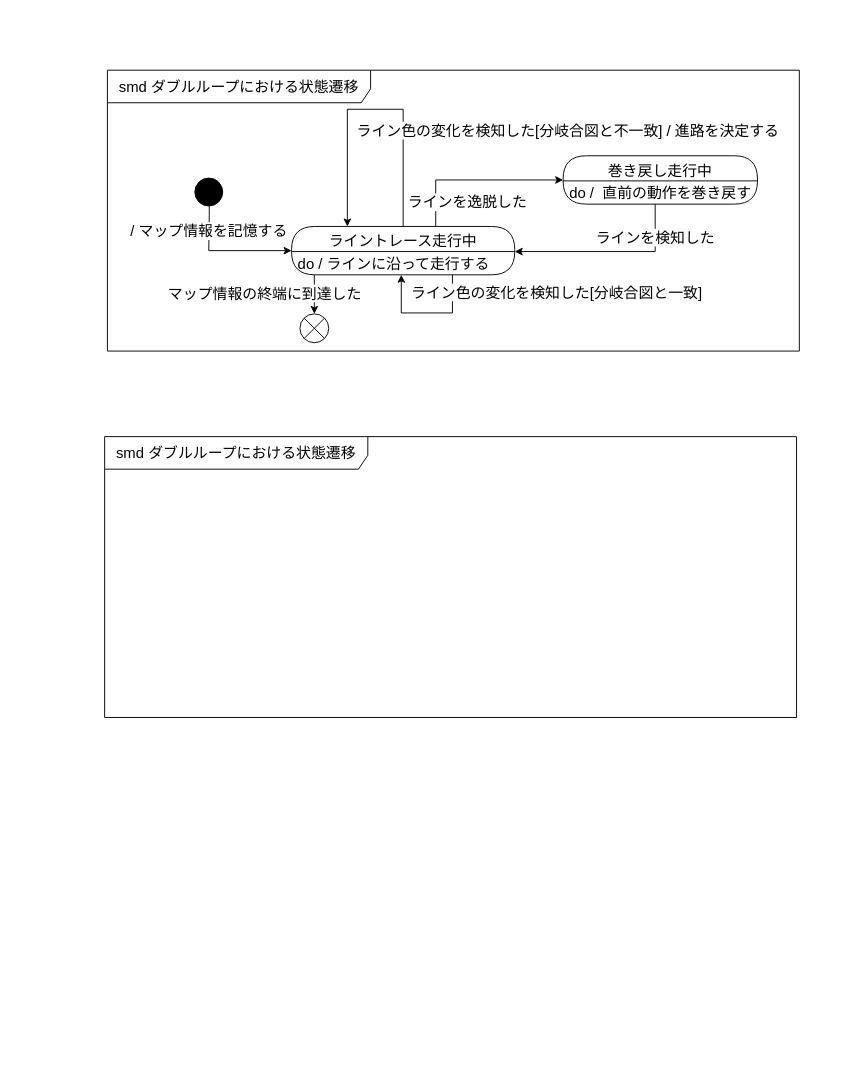
miyoshiyuu-systena/tenarobo-primary-mil-2025 keeps this draw.io diagram as model/素材/4.1.1_状態遷移図.drawio. Above is the earlier version. Source tidied: cells renumbered, new cells numbered last; positions are measured from the earlier drawing's top-left corner, leaving out a move shared by most shapes. Both pictures are drawn from the tidied source at 93%, with x=0, y=0 at pixel (104, 70).
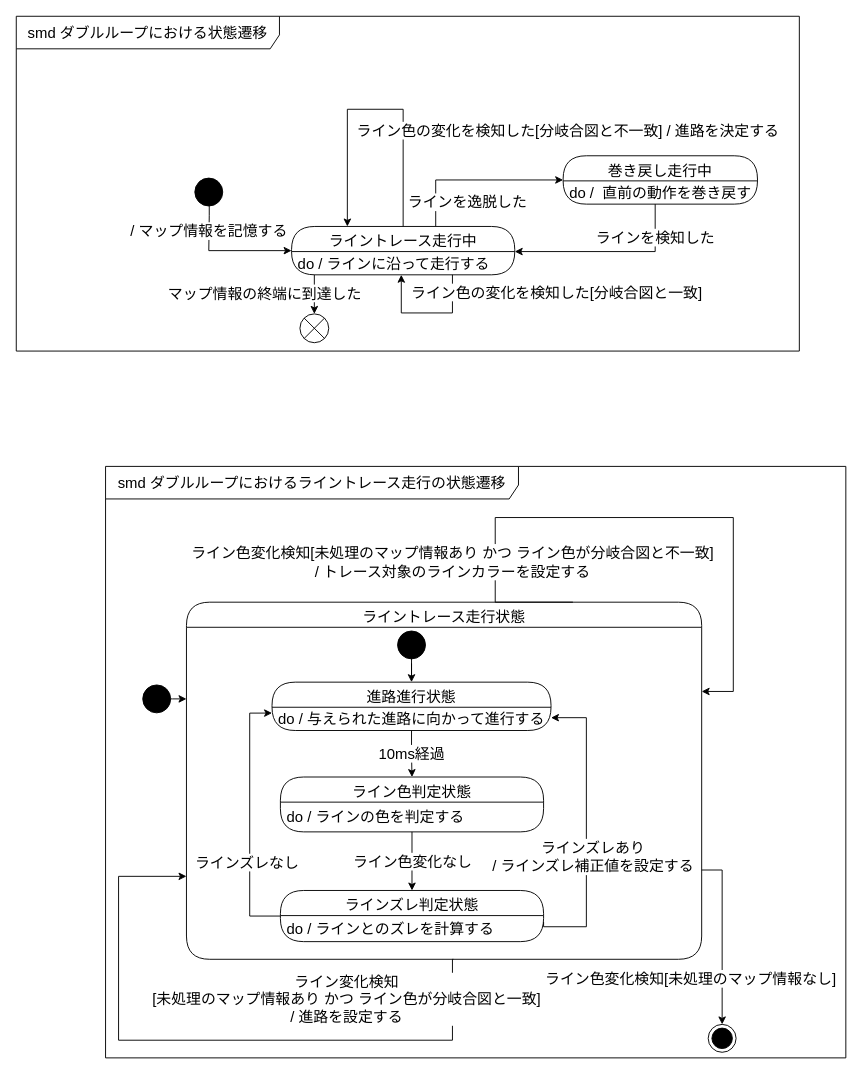
The same diagram, later.

Unchanged cells that the change refers to:
```xml
<mxCell id="10" style="ellipse;fillColor=strokeColor;html=1;fontSize=16;" parent="1" vertex="1">
  <mxGeometry x="97" y="116" width="30" height="30" as="geometry" />
</mxCell>
```

Change to the diagram source:
```diff
@@
+    <mxCell id="16" value="ライントレース走行状態" style="swimlane;fontStyle=0;align=center;verticalAlign=top;horizontal=1;startSize=27;html=1;rounded=1;absoluteArcSize=1;arcSize=50;whiteSpace=wrap;fontSize=16;" parent="1" vertex="1">
+      <mxGeometry x="88" y="572" width="554" height="384" as="geometry" />
+    </mxCell>
+    <mxCell id="17" value="ライン変化検知&lt;div&gt;[未処理のマップ情報あり かつ ライン色が分岐合図と一致]&lt;div&gt;/ 進路を設定する&lt;/div&gt;&lt;/div&gt;" style="edgeStyle=orthogonalEdgeStyle;rounded=0;orthogonalLoop=1;jettySize=auto;html=1;entryX=0;entryY=0.75;entryDx=0;entryDy=0;fontSize=16;" parent="16" edge="1">
+      <mxGeometry x="-0.42" y="-44" relative="1" as="geometry">
+        <mxPoint x="287" y="384" as="sourcePoint" />
+        <mxPoint y="294.8" as="targetPoint" />
+        <Array as="points">
+          <mxPoint x="286" y="384" />
+          <mxPoint x="286" y="471" />
+          <mxPoint x="-73" y="471" />
+          <mxPoint x="-73" y="295" />
+        </Array>
+      </mxGeometry>
+    </mxCell>
@@
     <mxCell id="11" value="smd ダブルループにおける状態遷移" style="shape=umlFrame;whiteSpace=wrap;html=1;width=283;height=35;fontSize=16;" parent="1" vertex="1">
-      <mxGeometry x="3" width="744" height="302" as="geometry" />
+      <mxGeometry x="-95" y="-58" width="842" height="360" as="geometry" />
     </mxCell>
@@
-    <mxCell id="15" value="smd ダブルループにおける状態遷移" style="shape=umlFrame;whiteSpace=wrap;html=1;width=283;height=35;fontSize=16;" parent="1" vertex="1">
-      <mxGeometry y="394" width="744" height="302" as="geometry" />
+    <mxCell id="15" value="smd ダブルループにおけるライントレース走行の状態遷移" style="shape=umlFrame;whiteSpace=wrap;html=1;width=444;height=35;fontSize=16;" parent="1" vertex="1">
+      <mxGeometry x="1" y="426" width="796" height="636" as="geometry" />
     </mxCell>
+    <mxCell id="18" style="edgeStyle=orthogonalEdgeStyle;rounded=0;orthogonalLoop=1;jettySize=auto;html=1;exitX=0;exitY=0;exitDx=0;exitDy=0;entryX=0.5;entryY=0;entryDx=0;entryDy=0;" parent="1" edge="1" source="10" target="10">
+      <mxGeometry relative="1" as="geometry" />
+    </mxCell>
+    <mxCell id="19" style="edgeStyle=orthogonalEdgeStyle;rounded=0;jettySize=auto;html=1;exitX=1;exitY=0.5;exitDx=0;exitDy=0;" parent="1" edge="1" source="20" target="16">
+      <mxGeometry relative="1" as="geometry">
+        <Array as="points">
+          <mxPoint x="73" y="676" />
+          <mxPoint x="73" y="676" />
+        </Array>
+      </mxGeometry>
+    </mxCell>
+    <mxCell id="20" style="ellipse;fillColor=strokeColor;html=1;fontSize=16;" parent="1" vertex="1">
+      <mxGeometry x="41" y="661" width="30" height="30" as="geometry" />
+    </mxCell>
+    <mxCell id="21" style="edgeStyle=orthogonalEdgeStyle;rounded=0;jettySize=auto;html=1;entryX=0.5;entryY=0;entryDx=0;entryDy=0;" parent="1" edge="1" source="22" target="26">
+      <mxGeometry relative="1" as="geometry" />
+    </mxCell>
+    <mxCell id="22" style="ellipse;fillColor=strokeColor;html=1;fontSize=16;" parent="1" vertex="1">
+      <mxGeometry x="315" y="603" width="30" height="30" as="geometry" />
+    </mxCell>
+    <mxCell id="23" value="ラインズレなし" style="edgeStyle=orthogonalEdgeStyle;rounded=0;jettySize=auto;html=1;entryX=0;entryY=0.25;entryDx=0;entryDy=0;fontSize=16;" parent="1" edge="1" source="24" target="27">
+      <mxGeometry x="-0.34" y="3" relative="1" as="geometry">
+        <Array as="points">
+          <mxPoint x="156" y="910" />
+          <mxPoint x="156" y="691" />
+        </Array>
+      </mxGeometry>
+    </mxCell>
+    <mxCell id="24" value="ラインズレ判定状態" style="swimlane;fontStyle=0;align=center;verticalAlign=top;horizontal=1;startSize=27;html=1;rounded=1;absoluteArcSize=1;arcSize=50;whiteSpace=wrap;fontSize=16;" parent="1" vertex="1">
+      <mxGeometry x="189" y="882" width="283" height="55" as="geometry" />
+    </mxCell>
+    <mxCell id="25" value="&lt;div&gt;&lt;span style=&quot;background-color: transparent; color: light-dark(rgb(0, 0, 0), rgb(255, 255, 255));&quot;&gt;do / ラインとのズレを計算する&lt;/span&gt;&lt;/div&gt;" style="fillColor=none;strokeColor=none;align=left;verticalAlign=middle;spacingLeft=5;whiteSpace=wrap;html=1;fontSize=16;" parent="24" vertex="1">
+      <mxGeometry y="27" width="283" height="28" as="geometry" />
+    </mxCell>
+    <mxCell id="26" value="進路進行状態" style="swimlane;fontStyle=0;align=center;verticalAlign=top;horizontal=1;startSize=27;html=1;rounded=1;absoluteArcSize=1;arcSize=50;whiteSpace=wrap;fontSize=16;" parent="1" vertex="1">
+      <mxGeometry x="180" y="658" width="300" height="52" as="geometry" />
+    </mxCell>
+    <mxCell id="27" value="do / 与えられた進路に向かって進行する" style="fillColor=none;strokeColor=none;align=left;verticalAlign=middle;spacingLeft=5;whiteSpace=wrap;html=1;fontSize=16;" parent="26" vertex="1">
+      <mxGeometry y="27" width="300" height="25" as="geometry" />
+    </mxCell>
+    <mxCell id="28" value="10ms経過" style="edgeStyle=orthogonalEdgeStyle;rounded=0;jettySize=auto;html=1;fontSize=16;entryX=0.5;entryY=0;entryDx=0;entryDy=0;" parent="1" edge="1" source="27" target="30">
+      <mxGeometry relative="1" as="geometry" />
+    </mxCell>
+    <mxCell id="29" value="ラインズレあり&lt;div&gt;/ ラインズレ補正値を設定する&lt;/div&gt;" style="edgeStyle=orthogonalEdgeStyle;rounded=0;jettySize=auto;html=1;entryX=1;entryY=0.25;entryDx=0;entryDy=0;fontSize=16;exitX=1;exitY=0.25;exitDx=0;exitDy=0;" parent="1" edge="1" source="25">
+      <mxGeometry x="-0.2" y="-7" relative="1" as="geometry">
+        <mxPoint x="480" y="696.2" as="targetPoint" />
+        <Array as="points">
+          <mxPoint x="472" y="921" />
+          <mxPoint x="518" y="921" />
+          <mxPoint x="518" y="696" />
+        </Array>
+      </mxGeometry>
+    </mxCell>
+    <mxCell id="30" value="ライン色判定状態" style="swimlane;fontStyle=0;align=center;verticalAlign=top;horizontal=1;startSize=27;html=1;rounded=1;absoluteArcSize=1;arcSize=50;whiteSpace=wrap;fontSize=16;" parent="1" vertex="1">
+      <mxGeometry x="189" y="760" width="283" height="59" as="geometry" />
+    </mxCell>
+    <mxCell id="31" value="&lt;div&gt;&lt;span style=&quot;background-color: transparent; color: light-dark(rgb(0, 0, 0), rgb(255, 255, 255));&quot;&gt;do / ラインの色を判定する&lt;/span&gt;&lt;/div&gt;" style="fillColor=none;strokeColor=none;align=left;verticalAlign=middle;spacingLeft=5;whiteSpace=wrap;html=1;fontSize=16;" parent="30" vertex="1">
+      <mxGeometry y="27" width="283" height="32" as="geometry" />
+    </mxCell>
+    <mxCell id="32" value="ライン色変化なし" style="edgeStyle=orthogonalEdgeStyle;rounded=0;jettySize=auto;html=1;entryX=0.5;entryY=0;entryDx=0;entryDy=0;fontSize=16;" parent="1" edge="1" source="31" target="24">
+      <mxGeometry relative="1" as="geometry" />
+    </mxCell>
+    <mxCell id="33" style="ellipse;html=1;shape=endState;fillColor=strokeColor;" parent="1" vertex="1">
+      <mxGeometry x="649" y="1026" width="30" height="30" as="geometry" />
+    </mxCell>
+    <mxCell id="34" value="ライン色変化&lt;span style=&quot;background-color: light-dark(#ffffff, var(--ge-dark-color, #121212)); color: light-dark(rgb(0, 0, 0), rgb(255, 255, 255));&quot;&gt;検知[未処理のマップ情報なし]&lt;/span&gt;" style="edgeStyle=orthogonalEdgeStyle;rounded=0;jettySize=auto;html=1;fontSize=16;entryX=0.5;entryY=0;entryDx=0;entryDy=0;exitX=1;exitY=0.75;exitDx=0;exitDy=0;" parent="1" edge="1" source="16" target="33">
+      <mxGeometry x="0.48" y="-34" relative="1" as="geometry">
+        <Array as="points">
+          <mxPoint x="664" y="860" />
+        </Array>
+      </mxGeometry>
+    </mxCell>
+    <mxCell id="35" value="&lt;font style=&quot;font-size: 16px;&quot;&gt;ライン色変化検知[未処理のマップ情報あり かつ ライン色が分岐合図と不一致]&lt;/font&gt;&lt;div&gt;&lt;font style=&quot;font-size: 16px;&quot;&gt;/ トレース対象のラインカラーを設定する&lt;/font&gt;&lt;/div&gt;" style="edgeStyle=orthogonalEdgeStyle;rounded=0;orthogonalLoop=1;jettySize=auto;html=1;entryX=1;entryY=0.25;entryDx=0;entryDy=0;exitX=0.75;exitY=0;exitDx=0;exitDy=0;" parent="1" edge="1" source="16" target="16">
+      <mxGeometry x="-0.61" y="46" relative="1" as="geometry">
+        <Array as="points">
+          <mxPoint x="420" y="572" />
+          <mxPoint x="420" y="481" />
+          <mxPoint x="676" y="481" />
+          <mxPoint x="676" y="668" />
+        </Array>
+      </mxGeometry>
+    </mxCell>
```
